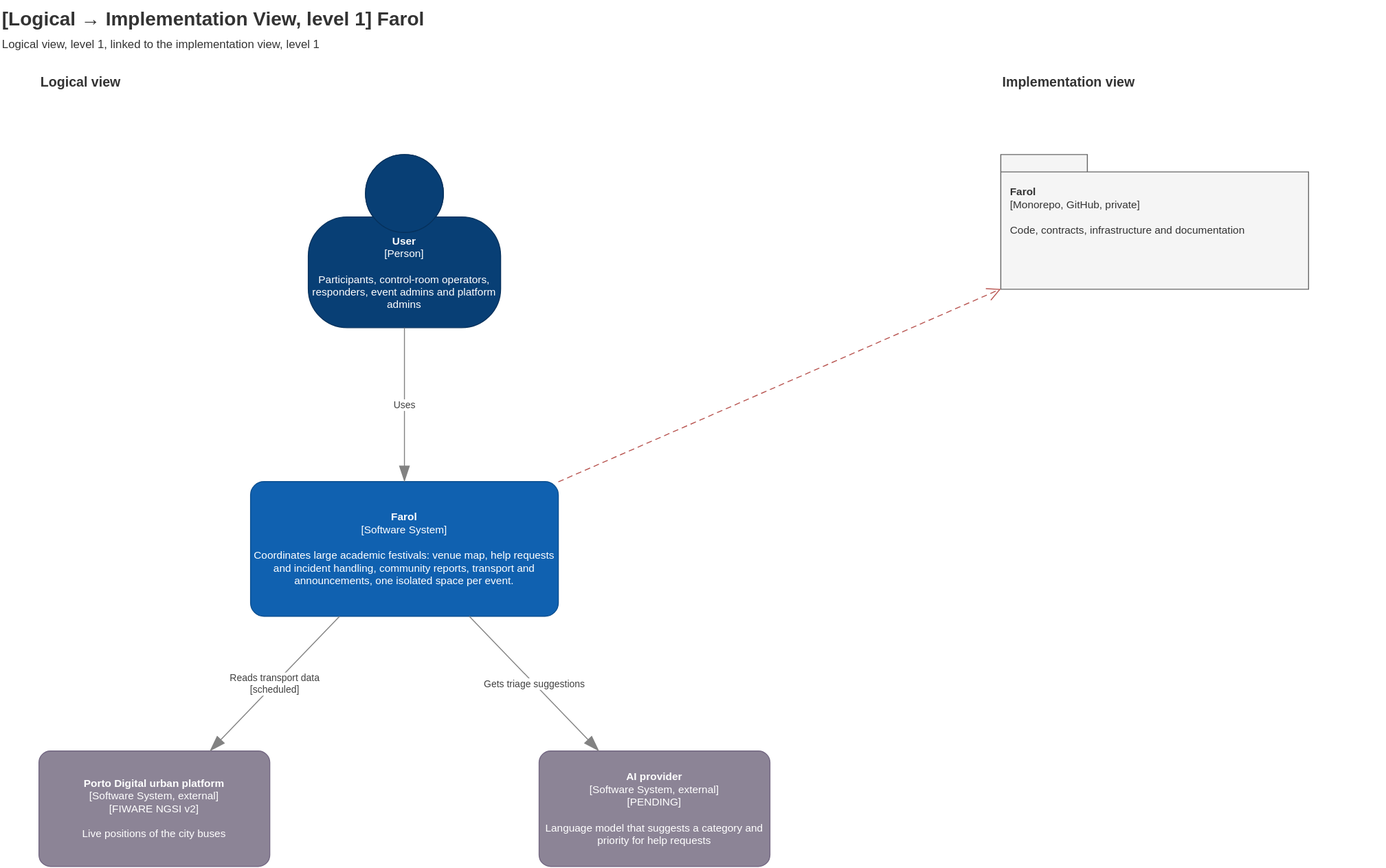
The draw.io diagram Docs/Technical/diagrams/mapping-logical-implementation-level-1.drawio.svg in tomasoliveira21/LABDSOF, before a commit. Source tidied: cells renumbered, new cells last; positions are measured from the earlier drawing's top-left corner, leaving out a move shared by most shapes. Its diagram source:
```xml
<mxGraphModel>
  <root>
    <mxCell id="0" />
    <mxCell id="1" parent="0" />
    <mxCell id="2" value="&lt;b&gt;[Logical → Implementation View, level 1] Farol&lt;/b&gt;&lt;br&gt;&lt;font style=&quot;font-size:12px&quot;&gt;Logical view, level 1, linked to the implementation view, level 1&lt;/font&gt;" style="text;html=1;align=left;verticalAlign=top;fontSize=20;fontColor=#333333;" parent="1" vertex="1">
      <mxGeometry width="1000" height="60" as="geometry" />
    </mxCell>
    <mxCell id="3" value="&lt;b&gt;Logical view&lt;/b&gt;" style="text;html=1;align=left;verticalAlign=middle;fontSize=14;fontColor=#333333;" parent="1" vertex="1">
      <mxGeometry x="40" y="70" width="400" height="30" as="geometry" />
    </mxCell>
    <mxCell id="4" value="&lt;b&gt;Implementation view&lt;/b&gt;" style="text;html=1;align=left;verticalAlign=middle;fontSize=14;fontColor=#333333;" parent="1" vertex="1">
      <mxGeometry x="1040" y="70" width="400" height="30" as="geometry" />
    </mxCell>
    <mxCell id="5" value="&lt;b&gt;User&lt;/b&gt;&lt;div&gt;[Person]&lt;/div&gt;&lt;br&gt;&lt;div&gt;Participants, control-room operators, responders, event admins and platform admins&lt;/div&gt;" style="html=1;fontSize=11;dashed=0;whiteSpace=wrap;fillColor=#083F75;strokeColor=#06315C;fontColor=#ffffff;shape=mxgraph.c4.person2;align=center;" parent="1" vertex="1">
      <mxGeometry x="320" y="160" width="200" height="180" as="geometry" />
    </mxCell>
    <mxCell id="6" value="&lt;b&gt;Farol&lt;/b&gt;&lt;div&gt;[Software System]&lt;/div&gt;&lt;br&gt;&lt;div&gt;Coordinates large academic festivals: venue map, help requests and incident handling, community reports, transport and announcements, one isolated space per event.&lt;/div&gt;" style="rounded=1;whiteSpace=wrap;html=1;labelBackgroundColor=none;fillColor=#1061B0;fontColor=#ffffff;align=center;arcSize=10;strokeColor=#0D5091;fontSize=11;" parent="1" vertex="1">
      <mxGeometry x="260" y="500" width="320" height="140" as="geometry" />
    </mxCell>
    <mxCell id="7" value="&lt;b&gt;Porto Digital urban platform&lt;/b&gt;&lt;div&gt;[Software System, external]&lt;/div&gt;&lt;div&gt;[FIWARE NGSI v2]&lt;/div&gt;&lt;br&gt;&lt;div&gt;Live positions of the city buses&lt;/div&gt;" style="rounded=1;whiteSpace=wrap;html=1;labelBackgroundColor=none;fillColor=#8C8496;fontColor=#ffffff;align=center;arcSize=10;strokeColor=#736782;fontSize=11;" parent="1" vertex="1">
      <mxGeometry x="40" y="780" width="240" height="120" as="geometry" />
    </mxCell>
    <mxCell id="8" value="&lt;b&gt;AI provider&lt;/b&gt;&lt;div&gt;[Software System, external]&lt;/div&gt;&lt;div&gt;[PENDING]&lt;/div&gt;&lt;br&gt;&lt;div&gt;Language model that suggests a category and priority for help requests&lt;/div&gt;" style="rounded=1;whiteSpace=wrap;html=1;labelBackgroundColor=none;fillColor=#8C8496;fontColor=#ffffff;align=center;arcSize=10;strokeColor=#736782;fontSize=11;" parent="1" vertex="1">
      <mxGeometry x="560" y="780" width="240" height="120" as="geometry" />
    </mxCell>
    <mxCell id="9" value="Uses" style="endArrow=blockThin;html=1;fontSize=10;fontColor=#404040;endFill=1;strokeColor=#828282;endSize=14;rounded=0;labelBackgroundColor=#ffffff;" parent="1" edge="1" source="5" target="6">
      <mxGeometry relative="1" as="geometry" />
    </mxCell>
    <mxCell id="10" value="Reads transport data&lt;br&gt;[scheduled]" style="endArrow=blockThin;html=1;fontSize=10;fontColor=#404040;endFill=1;strokeColor=#828282;endSize=14;rounded=0;labelBackgroundColor=#ffffff;" parent="1" edge="1" source="6" target="7">
      <mxGeometry relative="1" as="geometry" />
    </mxCell>
    <mxCell id="11" value="Gets triage suggestions" style="endArrow=blockThin;html=1;fontSize=10;fontColor=#404040;endFill=1;strokeColor=#828282;endSize=14;rounded=0;labelBackgroundColor=#ffffff;" parent="1" edge="1" source="6" target="8">
      <mxGeometry relative="1" as="geometry" />
    </mxCell>
    <mxCell id="12" value="&lt;b&gt;Farol&lt;/b&gt;&lt;br&gt;[Monorepo, GitHub, private]&lt;br&gt;&lt;br&gt;Code, contracts, infrastructure and documentation" style="shape=folder;tabWidth=90;tabHeight=18;tabPosition=left;whiteSpace=wrap;html=1;fillColor=#f5f5f5;strokeColor=#666666;fontColor=#333333;verticalAlign=top;align=left;spacing=10;spacingTop=18;fontSize=11;" parent="1" vertex="1">
      <mxGeometry x="1040" y="160" width="320" height="140" as="geometry" />
    </mxCell>
    <mxCell id="13" style="endArrow=open;dashed=1;dashPattern=6 4;html=1;fontSize=10;fontColor=#404040;strokeColor=#B85450;endSize=12;rounded=0;labelBackgroundColor=#ffffff;" parent="1" edge="1" source="6" target="12">
      <mxGeometry relative="1" as="geometry" />
    </mxCell>
  </root>
</mxGraphModel>
```
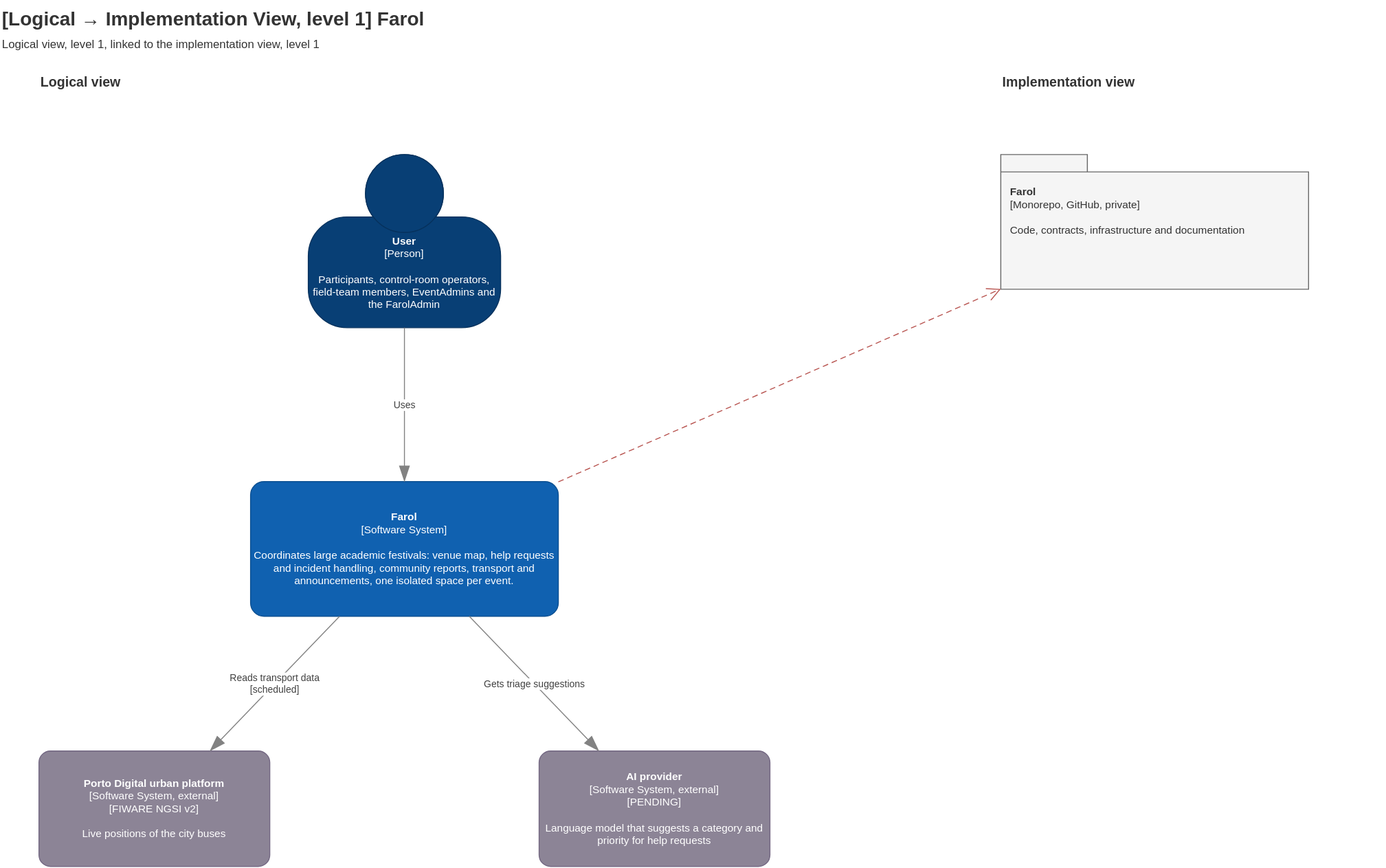
The same diagram one commit later.

What changed in the source:
```diff
@@ -11,7 +11,7 @@
     <mxCell id="4" value="&lt;b&gt;Implementation view&lt;/b&gt;" style="text;html=1;align=left;verticalAlign=middle;fontSize=14;fontColor=#333333;" parent="1" vertex="1">
       <mxGeometry x="1040" y="70" width="400" height="30" as="geometry" />
     </mxCell>
-    <mxCell id="5" value="&lt;b&gt;User&lt;/b&gt;&lt;div&gt;[Person]&lt;/div&gt;&lt;br&gt;&lt;div&gt;Participants, control-room operators, responders, event admins and platform admins&lt;/div&gt;" style="html=1;fontSize=11;dashed=0;whiteSpace=wrap;fillColor=#083F75;strokeColor=#06315C;fontColor=#ffffff;shape=mxgraph.c4.person2;align=center;" parent="1" vertex="1">
+    <mxCell id="5" value="&lt;b&gt;User&lt;/b&gt;&lt;div&gt;[Person]&lt;/div&gt;&lt;br&gt;&lt;div&gt;Participants, control-room operators, field-team members, EventAdmins and the FarolAdmin&lt;/div&gt;" style="html=1;fontSize=11;dashed=0;whiteSpace=wrap;fillColor=#083F75;strokeColor=#06315C;fontColor=#ffffff;shape=mxgraph.c4.person2;align=center;" parent="1" vertex="1">
       <mxGeometry x="320" y="160" width="200" height="180" as="geometry" />
     </mxCell>
     <mxCell id="6" value="&lt;b&gt;Farol&lt;/b&gt;&lt;div&gt;[Software System]&lt;/div&gt;&lt;br&gt;&lt;div&gt;Coordinates large academic festivals: venue map, help requests and incident handling, community reports, transport and announcements, one isolated space per event.&lt;/div&gt;" style="rounded=1;whiteSpace=wrap;html=1;labelBackgroundColor=none;fillColor=#1061B0;fontColor=#ffffff;align=center;arcSize=10;strokeColor=#0D5091;fontSize=11;" parent="1" vertex="1">
```
